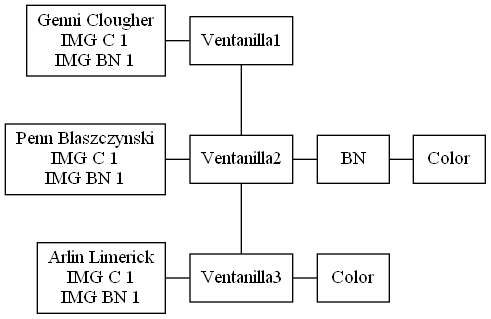
d-acetun/simulacion-sistema-impresion-de-imagenes keeps this Graphviz diagram as Fase1/listaVentanillas.png. Above is the earlier version. Its source is kept beside it as Fase1/listaVentanillas.dot.
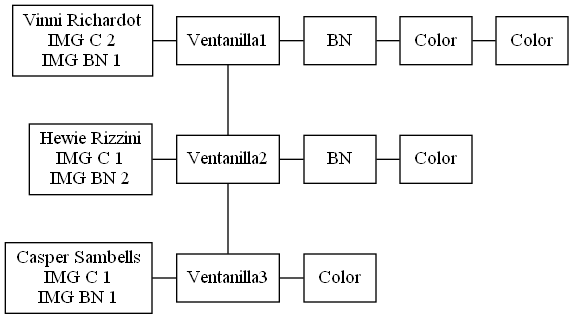
Above is the later version.

The edit, as a diff of the source:
```diff
@@ -2,27 +2,36 @@
 node[shape=box]
 edge[arrowhead=none]
 0 [label=Ventanilla1]
-1 [label="Genni Clougher\nIMG C 1\nIMG BN 1"]
-2 [label=Ventanilla2]
-3 [label="Penn Blaszczynski\nIMG C 1\nIMG BN 1"]
-4[label=BN]
-5[label=Color]
-6 [label=Ventanilla3]
-7 [label="Arlin Limerick\nIMG C 1\nIMG BN 1"]
+1 [label="Vinni Richardot\nIMG C 2\nIMG BN 1"]
+2[label=BN]
+3[label=Color]
+4[label=Color]
+5 [label=Ventanilla2]
+6 [label="Hewie Rizzini\nIMG C 1\nIMG BN 2"]
+7[label=BN]
 8[label=Color]
+9 [label=Ventanilla3]
+10 [label="Casper Sambells\nIMG C 1\nIMG BN 1"]
+11[label=Color]
 1->0
 0->2
-3->2
-2->4
-4->5
-2->6
-7->6
-6->8
+2->3
+3->4
+0->5
+6->5
+5->7
+7->8
+5->9
+10->9
+9->11
 {rank=same; 1; 0}
-{rank=same; 3; 2}
-{rank=same; 2; 4}
-{rank=same; 4; 5}
-{rank=same; 7; 6}
-{rank=same; 6; 8}
+{rank=same; 0; 2}
+{rank=same; 2; 3}
+{rank=same; 3; 4}
+{rank=same; 6; 5}
+{rank=same; 5; 7}
+{rank=same; 7; 8}
+{rank=same; 10; 9}
+{rank=same; 9; 11}
 rankdir=TB
 }
```
